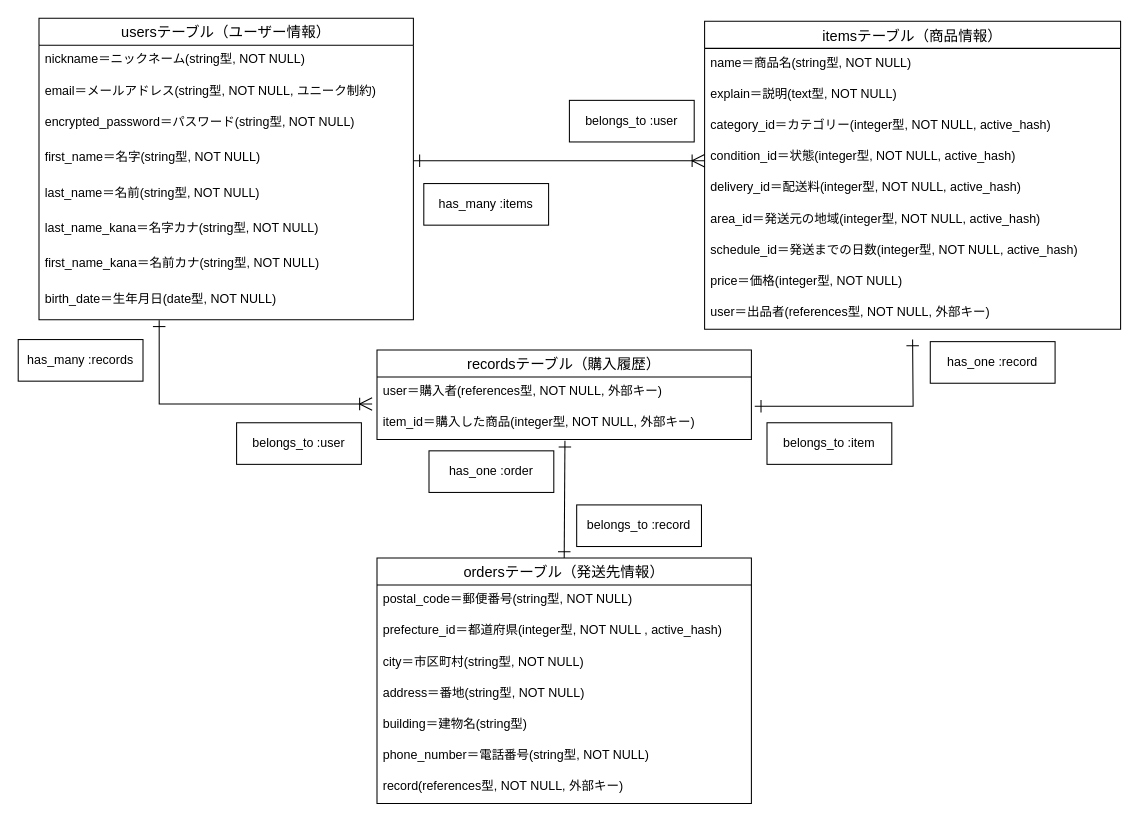
The draw.io diagram furima.dio in Nannaan/furima-39306, before the edit. Source tidied: cells renumbered, new cells numbered last; positions are measured from the earlier drawing's top-left corner, leaving out a move shared by most shapes. Both pictures are drawn from the tidied source at 104%, with x=0, y=0 at pixel (18, 18).
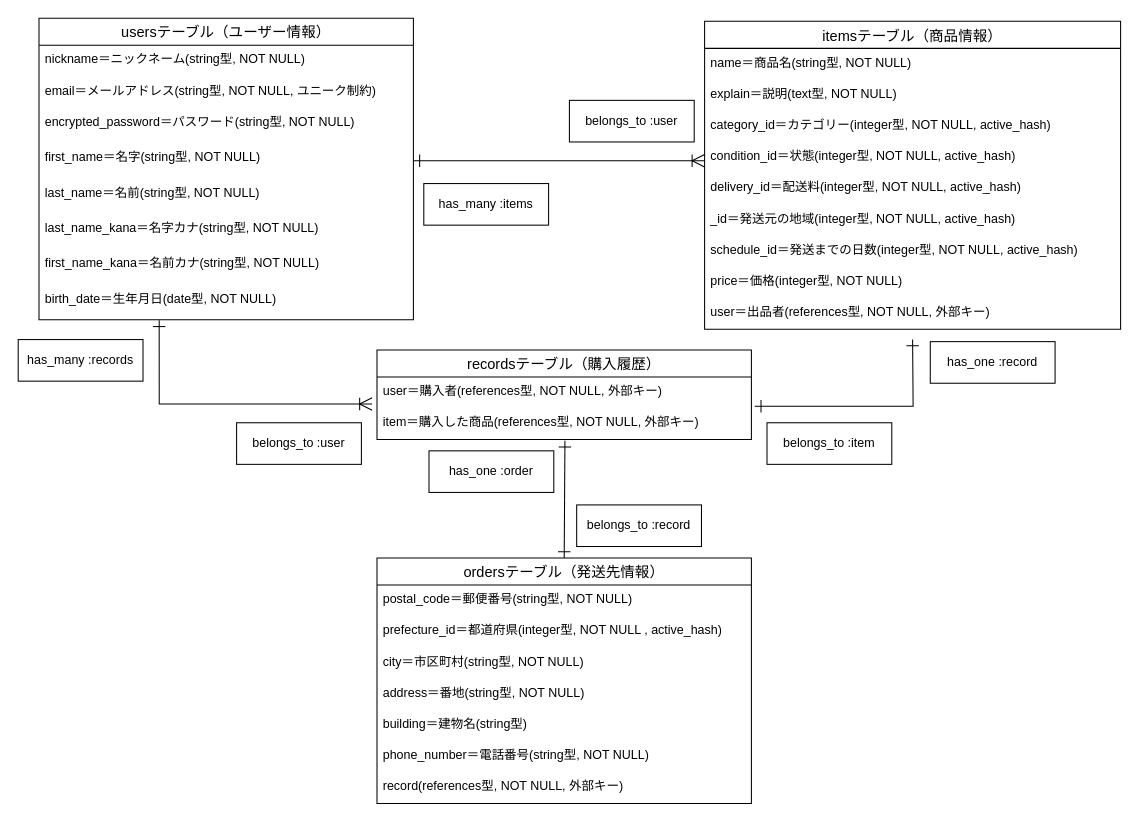
The same diagram, later.

Commit message (it also covers changes not shown here):
都道府県カラムの流用

The change refers to these unchanged cells:
```xml
<mxCell id="11" value="itemsテーブル（商品情報）" style="swimlane;fontStyle=0;horizontal=1;startSize=26;align=center;fontSize=14;" parent="1" vertex="1">
  <mxGeometry x="660" y="3" width="400" height="296" as="geometry" />
</mxCell>
<mxCell id="32" value="recordsテーブル（購入履歴）" style="swimlane;fontStyle=0;horizontal=1;startSize=26;align=center;fontSize=14;" parent="1" vertex="1">
  <mxGeometry x="345" y="319" width="360" height="86" as="geometry" />
</mxCell>
```

The edit, as a diff of the source:
```diff
@@
-    <mxCell id="17" value="area_id＝発送元の地域(integer型, NOT NULL, active_hash)" style="text;strokeColor=none;fillColor=none;spacingLeft=4;spacingRight=4;overflow=hidden;fontSize=12;" parent="11" vertex="1">
+    <mxCell id="17" value="_id＝発送元の地域(integer型, NOT NULL, active_hash)" style="text;strokeColor=none;fillColor=none;spacingLeft=4;spacingRight=4;overflow=hidden;fontSize=12;" parent="11" vertex="1">
       <mxGeometry y="176" width="400" height="30" as="geometry" />
     </mxCell>
@@
-    <mxCell id="34" value="item_id＝購入した商品(integer型, NOT NULL, 外部キー)" style="text;strokeColor=none;fillColor=none;spacingLeft=4;spacingRight=4;overflow=hidden;points=[[0,0.5],[1,0.5]];portConstraint=eastwest;fontSize=12;" parent="32" vertex="1">
+    <mxCell id="34" value="item＝購入した商品(references型, NOT NULL, 外部キー)" style="text;strokeColor=none;fillColor=none;spacingLeft=4;spacingRight=4;overflow=hidden;points=[[0,0.5],[1,0.5]];portConstraint=eastwest;fontSize=12;" parent="32" vertex="1">
       <mxGeometry y="56" width="360" height="30" as="geometry" />
     </mxCell>
```
